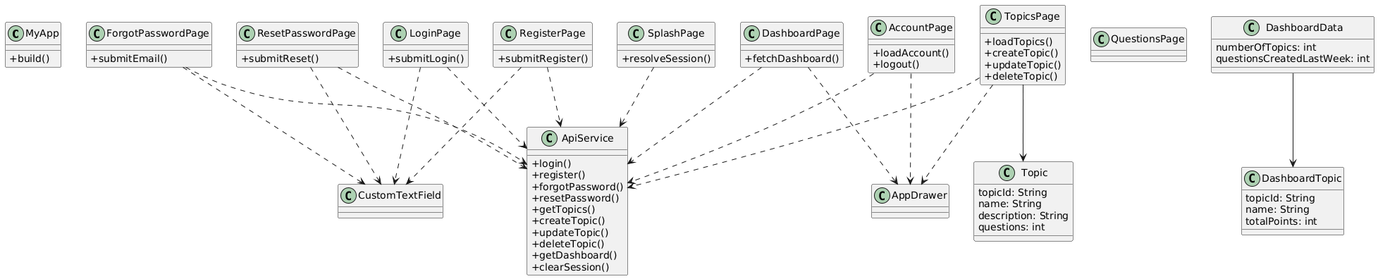
This is docs/Class Diagram.png from LuizGomes56/poosd_final_project, a PlantUML export, as it was before one commit. The source it was exported from:
```plantuml
@startuml
skinparam classAttributeIconSize 0

class MyApp {
  + build()
}

class LoginPage {
  + submitLogin()
}

class RegisterPage {
  + submitRegister()
}

class ForgotPasswordPage {
  + submitEmail()
}

class ResetPasswordPage {
  + submitReset()
}

class SplashPage {
  + resolveSession()
}

class DashboardPage {
  + fetchDashboard()
}

class TopicsPage {
  + loadTopics()
  + createTopic()
  + updateTopic()
  + deleteTopic()
}

class AccountPage {
  + loadAccount()
  + logout()
}

class QuestionsPage

class Topic {
  topicId: String
  name: String
  description: String
  questions: int
}

class DashboardTopic {
  topicId: String
  name: String
  totalPoints: int
}

class DashboardData {
  numberOfTopics: int
  questionsCreatedLastWeek: int
}

class ApiService {
  + login()
  + register()
  + forgotPassword()
  + resetPassword()
  + getTopics()
  + createTopic()
  + updateTopic()
  + deleteTopic()
  + getDashboard()
  + clearSession()
}

class AppDrawer
class CustomTextField


LoginPage ..> ApiService
RegisterPage ..> ApiService
ForgotPasswordPage ..> ApiService
ResetPasswordPage ..> ApiService
TopicsPage ..> ApiService
DashboardPage ..> ApiService
AccountPage ..> ApiService
SplashPage ..> ApiService

DashboardData --> DashboardTopic
TopicsPage --> Topic

DashboardPage ..> AppDrawer
TopicsPage ..> AppDrawer
AccountPage ..> AppDrawer

LoginPage ..> CustomTextField
RegisterPage ..> CustomTextField
ForgotPasswordPage ..> CustomTextField
ResetPasswordPage ..> CustomTextField
@enduml
```
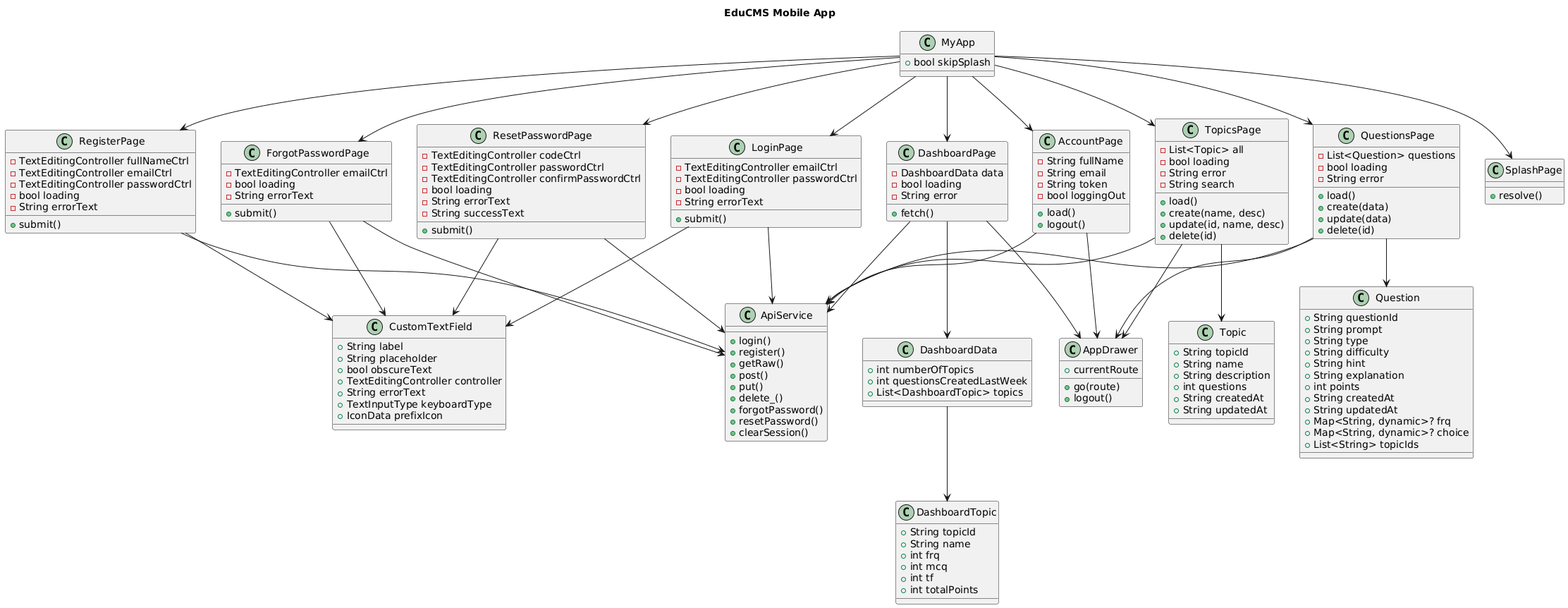
After the commit.

Commit message:
update class diagram

The edit, as a diff of the source:
```diff
@@ -1,101 +1,183 @@
 @startuml
-skinparam classAttributeIconSize 0
+title EduCMS Mobile App
 
 class MyApp {
-  + build()
+  +bool skipSplash
 }
 
 class LoginPage {
-  + submitLogin()
+  -TextEditingController emailCtrl
+  -TextEditingController passwordCtrl
+  -bool loading
+  -String errorText
+  +submit()
 }
 
 class RegisterPage {
-  + submitRegister()
+  -TextEditingController fullNameCtrl
+  -TextEditingController emailCtrl
+  -TextEditingController passwordCtrl
+  -bool loading
+  -String errorText
+  +submit()
 }
 
 class ForgotPasswordPage {
-  + submitEmail()
+  -TextEditingController emailCtrl
+  -bool loading
+  -String errorText
+  +submit()
 }
 
 class ResetPasswordPage {
-  + submitReset()
+  -TextEditingController codeCtrl
+  -TextEditingController passwordCtrl
+  -TextEditingController confirmPasswordCtrl
+  -bool loading
+  -String errorText
+  -String successText
+  +submit()
 }
 
 class SplashPage {
-  + resolveSession()
+  +resolve()
 }
 
 class DashboardPage {
-  + fetchDashboard()
+  -DashboardData data
+  -bool loading
+  -String error
+  +fetch()
 }
 
 class TopicsPage {
-  + loadTopics()
-  + createTopic()
-  + updateTopic()
-  + deleteTopic()
+  -List<Topic> all
+  -bool loading
+  -String error
+  -String search
+  +load()
+  +create(name, desc)
+  +update(id, name, desc)
+  +delete(id)
+}
+
+class QuestionsPage {
+  -List<Question> questions
+  -bool loading
+  -String error
+  +load()
+  +create(data)
+  +update(data)
+  +delete(id)
 }
 
 class AccountPage {
-  + loadAccount()
-  + logout()
+  -String fullName
+  -String email
+  -String token
+  -bool loggingOut
+  +load()
+  +logout()
 }
 
-class QuestionsPage
-
 class Topic {
-  topicId: String
-  name: String
-  description: String
-  questions: int
+  +String topicId
+  +String name
+  +String description
+  +int questions
+  +String createdAt
+  +String updatedAt
 }
 
 class DashboardTopic {
-  topicId: String
-  name: String
-  totalPoints: int
+  +String topicId
+  +String name
+  +int frq
+  +int mcq
+  +int tf
+  +int totalPoints
 }
 
 class DashboardData {
-  numberOfTopics: int
-  questionsCreatedLastWeek: int
+  +int numberOfTopics
+  +int questionsCreatedLastWeek
+  +List<DashboardTopic> topics
+}
+
+class Question {
+  +String questionId
+  +String prompt
+  +String type
+  +String difficulty
+  +String hint
+  +String explanation
+  +int points
+  +String createdAt
+  +String updatedAt
+  +Map<String, dynamic>? frq
+  +Map<String, dynamic>? choice
+  +List<String> topicIds
+}
+
+class AppDrawer {
+  +currentRoute
+  +go(route)
+  +logout()
+}
+
+class CustomTextField {
+  +String label
+  +String placeholder
+  +bool obscureText
+  +TextEditingController controller
+  +String errorText
+  +TextInputType keyboardType
+  +IconData prefixIcon
 }
 
 class ApiService {
-  + login()
-  + register()
-  + forgotPassword()
-  + resetPassword()
-  + getTopics()
-  + createTopic()
-  + updateTopic()
-  + deleteTopic()
-  + getDashboard()
-  + clearSession()
+  +login()
+  +register()
+  +getRaw()
+  +post()
+  +put()
+  +delete_()
+  +forgotPassword()
+  +resetPassword()
+  +clearSession()
 }
 
-class AppDrawer
-class CustomTextField
+MyApp --> LoginPage
+MyApp --> RegisterPage
+MyApp --> SplashPage
+MyApp --> DashboardPage
+MyApp --> TopicsPage
+MyApp --> QuestionsPage
+MyApp --> AccountPage
+MyApp --> ForgotPasswordPage
+MyApp --> ResetPasswordPage
 
+DashboardPage --> AppDrawer
+TopicsPage --> AppDrawer
+QuestionsPage --> AppDrawer
+AccountPage --> AppDrawer
 
-LoginPage ..> ApiService
-RegisterPage ..> ApiService
-ForgotPasswordPage ..> ApiService
-ResetPasswordPage ..> ApiService
-TopicsPage ..> ApiService
-DashboardPage ..> ApiService
-AccountPage ..> ApiService
-SplashPage ..> ApiService
+LoginPage --> ApiService
+RegisterPage --> ApiService
+ForgotPasswordPage --> ApiService
+ResetPasswordPage --> ApiService
+DashboardPage --> ApiService
+TopicsPage --> ApiService
+QuestionsPage --> ApiService
+AccountPage --> ApiService
 
+TopicsPage --> Topic
+DashboardPage --> DashboardData
 DashboardData --> DashboardTopic
-TopicsPage --> Topic
+QuestionsPage --> Question
 
-DashboardPage ..> AppDrawer
-TopicsPage ..> AppDrawer
-AccountPage ..> AppDrawer
-
-LoginPage ..> CustomTextField
-RegisterPage ..> CustomTextField
-ForgotPasswordPage ..> CustomTextField
-ResetPasswordPage ..> CustomTextField
+LoginPage --> CustomTextField
+RegisterPage --> CustomTextField
+ForgotPasswordPage --> CustomTextField
+ResetPasswordPage --> CustomTextField
 @enduml
```
